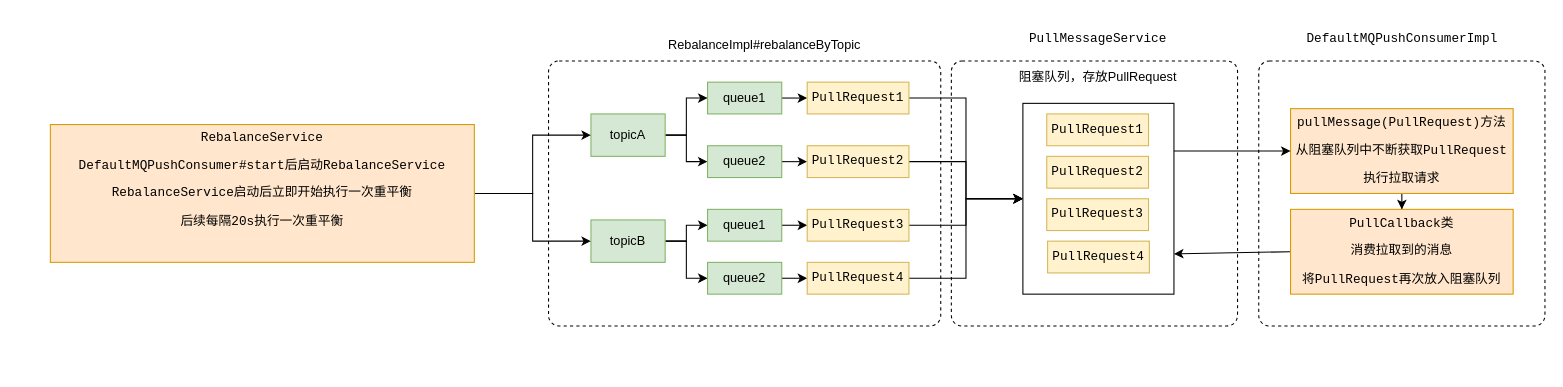
Earlier version of the draw.io diagram rocketmq/消息消费类图.drawio (erlieStar/diagrams). Source tidied: cells renumbered, new cells numbered last; positions are measured from the earlier drawing's top-left corner, leaving out a move shared by most shapes. Both pictures are drawn from the tidied source at 106%, with x=0, y=0 at pixel (50, 18).
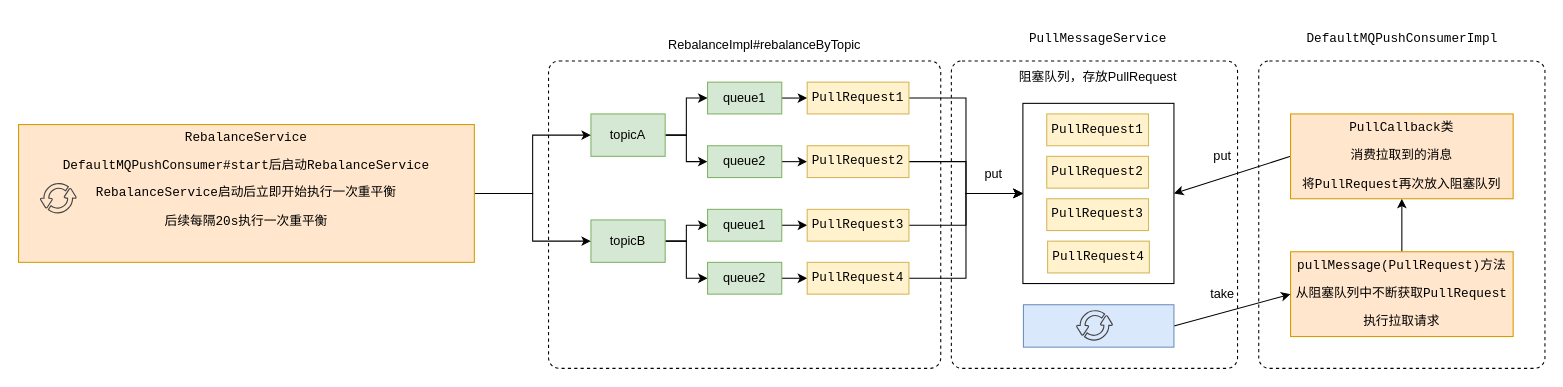
The same diagram, later.

The edit, as a diff of the source:
```diff
@@
     <mxCell id="3" style="html=1;align=center;verticalAlign=top;rounded=1;absoluteArcSize=1;arcSize=20;dashed=1;" parent="1" vertex="1">
-      <mxGeometry x="470" y="40" width="370" height="250" as="geometry" />
+      <mxGeometry x="470" y="40" width="370" height="290" as="geometry" />
     </mxCell>
@@
     <mxCell id="18" style="html=1;align=center;verticalAlign=top;rounded=1;absoluteArcSize=1;arcSize=20;dashed=1;" parent="1" vertex="1">
-      <mxGeometry x="850" y="40" width="270" height="250" as="geometry" />
+      <mxGeometry x="850" y="40" width="270" height="290" as="geometry" />
     </mxCell>
@@
     <mxCell id="20" style="html=1;align=center;verticalAlign=top;rounded=1;absoluteArcSize=1;arcSize=20;dashed=1;" parent="1" vertex="1">
-      <mxGeometry x="1140" y="40" width="270" height="250" as="geometry" />
+      <mxGeometry x="1140" y="40" width="270" height="290" as="geometry" />
     </mxCell>
-    <mxCell id="21" style="edgeStyle=orthogonalEdgeStyle;rounded=0;jettySize=auto;html=1;exitX=0.5;exitY=1;exitDx=0;exitDy=0;" parent="1" edge="1" source="22" target="24">
+    <mxCell id="21" style="edgeStyle=none;rounded=0;jettySize=auto;html=1;exitX=0.5;exitY=0;exitDx=0;exitDy=0;entryX=0.5;entryY=1;entryDx=0;entryDy=0;" parent="1" edge="1" source="22" target="24">
       <mxGeometry relative="1" as="geometry" />
     </mxCell>
     <mxCell id="22" value="&lt;pre&gt;pullMessage(PullRequest)方法&lt;/pre&gt;&lt;pre&gt;从阻塞队列中不断获取PullRequest&lt;/pre&gt;&lt;pre&gt;执行拉取请求&lt;/pre&gt;" style="rounded=0;whiteSpace=wrap;html=1;fillColor=#ffe6cc;strokeColor=#d79b00;" parent="1" vertex="1">
-      <mxGeometry x="1170" y="85" width="210" height="80" as="geometry" />
+      <mxGeometry x="1170" y="220" width="210" height="80" as="geometry" />
     </mxCell>
-    <mxCell id="23" style="edgeStyle=none;rounded=0;jettySize=auto;html=1;exitX=0;exitY=0.5;exitDx=0;exitDy=0;entryX=1;entryY=0.789;entryDx=0;entryDy=0;entryPerimeter=0;" parent="1" edge="1" source="24" target="28">
+    <mxCell id="23" style="rounded=0;jettySize=auto;html=1;exitX=0;exitY=0.5;exitDx=0;exitDy=0;entryX=1;entryY=0.5;entryDx=0;entryDy=0;" parent="1" edge="1" source="24" target="28">
       <mxGeometry relative="1" as="geometry" />
     </mxCell>
     <mxCell id="24" value="&lt;pre&gt;&lt;pre&gt;PullCallback类&lt;/pre&gt;&lt;pre&gt;消费拉取到的消息&lt;/pre&gt;&lt;pre&gt;将PullRequest再次放入阻塞队列&lt;/pre&gt;&lt;/pre&gt;" style="rounded=0;whiteSpace=wrap;html=1;fillColor=#ffe6cc;strokeColor=#d79b00;" parent="1" vertex="1">
-      <mxGeometry x="1170" y="180" width="210" height="80" as="geometry" />
+      <mxGeometry x="1170" y="90" width="210" height="80" as="geometry" />
     </mxCell>
@@
-    <mxCell id="27" style="rounded=0;jettySize=auto;html=1;exitX=1;exitY=0.25;exitDx=0;exitDy=0;entryX=0;entryY=0.5;entryDx=0;entryDy=0;" parent="1" edge="1" source="28" target="22">
-      <mxGeometry relative="1" as="geometry" />
-    </mxCell>
     <mxCell id="28" style="rounded=0;whiteSpace=wrap;html=1;" parent="1" vertex="1">
-      <mxGeometry x="917.5" y="80" width="142.5" height="180" as="geometry" />
+      <mxGeometry x="917.5" y="80" width="142.5" height="170" as="geometry" />
     </mxCell>
@@
     <mxCell id="43" value="&lt;pre&gt;RebalanceService&lt;/pre&gt;&lt;pre&gt;&lt;pre&gt;DefaultMQPushConsumer#start后启动RebalanceService&lt;/pre&gt;&lt;pre&gt;RebalanceService启动后立即开始执行一次重平衡&lt;/pre&gt;&lt;pre&gt;后续每隔20s执行一次重平衡&lt;/pre&gt;&lt;pre&gt;&lt;br&gt;&lt;/pre&gt;&lt;/pre&gt;" style="rounded=0;whiteSpace=wrap;html=1;fillColor=#ffe6cc;strokeColor=#d79b00;" parent="1" vertex="1">
-      <mxGeometry y="100" width="400" height="130" as="geometry" />
+      <mxGeometry x="-30" y="100" width="430" height="130" as="geometry" />
     </mxCell>
+    <mxCell id="44" style="sketch=0;shadow=0;dashed=0;html=1;strokeColor=none;fillColor=#434445;labelPosition=center;verticalLabelPosition=bottom;verticalAlign=top;align=center;shape=mxgraph.vvd.business_continuity_data_protection;" parent="1" vertex="1">
+      <mxGeometry x="-10" y="155" width="34.9" height="30" as="geometry" />
+    </mxCell>
+    <mxCell id="45" style="rounded=0;jettySize=auto;html=1;exitX=1;exitY=0.5;exitDx=0;exitDy=0;entryX=0;entryY=0.5;entryDx=0;entryDy=0;" parent="1" edge="1" source="46" target="22">
+      <mxGeometry relative="1" as="geometry" />
+    </mxCell>
+    <mxCell id="46" style="rounded=0;whiteSpace=wrap;html=1;fillColor=#dae8fc;strokeColor=#6c8ebf;" parent="1" vertex="1">
+      <mxGeometry x="918" y="270" width="142" height="40" as="geometry" />
+    </mxCell>
+    <mxCell id="47" style="sketch=0;shadow=0;dashed=0;html=1;strokeColor=none;fillColor=#434445;labelPosition=center;verticalLabelPosition=bottom;verticalAlign=top;align=center;shape=mxgraph.vvd.business_continuity_data_protection;" parent="1" vertex="1">
+      <mxGeometry x="967.6" y="275" width="34.9" height="30" as="geometry" />
+    </mxCell>
+    <mxCell id="48" value="take" style="text;html=1;strokeColor=none;fillColor=none;align=center;verticalAlign=middle;whiteSpace=wrap;rounded=0;" parent="1" vertex="1">
+      <mxGeometry x="1076" y="245" width="60" height="30" as="geometry" />
+    </mxCell>
+    <mxCell id="49" value="put" style="text;html=1;strokeColor=none;fillColor=none;align=center;verticalAlign=middle;whiteSpace=wrap;rounded=0;" parent="1" vertex="1">
+      <mxGeometry x="1076" y="115" width="60" height="30" as="geometry" />
+    </mxCell>
+    <mxCell id="50" value="put" style="text;html=1;strokeColor=none;fillColor=none;align=center;verticalAlign=middle;whiteSpace=wrap;rounded=0;" parent="1" vertex="1">
+      <mxGeometry x="860" y="132" width="60" height="30" as="geometry" />
+    </mxCell>
```
